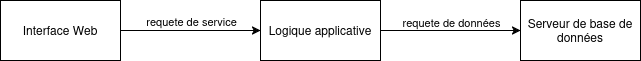
The draw.io diagram document_architecture/architecture.png in ESGI-IWAL/ProjetPretObjets, before a commit. Source tidied: cells renumbered, new cells last; positions are measured from the earlier drawing's top-left corner, leaving out a move shared by most shapes.
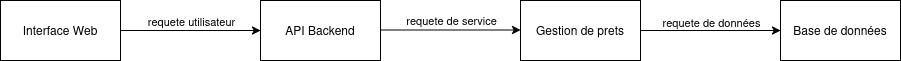
After the change.

Commit message:
feat : modification architecture

Diff of the diagram source:
```diff
@@ -2,30 +2,46 @@
   <root>
     <mxCell id="0" />
     <mxCell id="1" parent="0" />
-    <mxCell id="2" style="edgeStyle=orthogonalEdgeStyle;rounded=0;jettySize=auto;html=1;" parent="1" edge="1" source="4" target="7">
-      <mxGeometry relative="1" as="geometry" />
+    <mxCell id="2" style="edgeStyle=orthogonalEdgeStyle;rounded=0;orthogonalLoop=1;jettySize=auto;html=1;" parent="1" edge="1">
+      <mxGeometry relative="1" as="geometry">
+        <mxPoint x="380" y="29.5" as="sourcePoint" />
+        <mxPoint x="520" y="29.5" as="targetPoint" />
+      </mxGeometry>
     </mxCell>
     <mxCell id="3" value="requete de service" style="edgeLabel;html=1;align=center;verticalAlign=middle;" parent="2" vertex="1">
       <mxGeometry x="0.09" y="7" relative="1" as="geometry">
         <mxPoint x="-6" y="-3" as="offset" />
       </mxGeometry>
     </mxCell>
+    <mxCell id="9" style="edgeStyle=orthogonalEdgeStyle;rounded=0;jettySize=auto;html=1;entryX=0;entryY=0.5;entryDx=0;entryDy=0;" parent="1" edge="1" source="4" target="7">
+      <mxGeometry relative="1" as="geometry" />
+    </mxCell>
+    <mxCell id="10" value="requete utilisateur" style="edgeLabel;html=1;align=center;verticalAlign=middle;" parent="9" vertex="1">
+      <mxGeometry x="0.02" y="4" relative="1" as="geometry">
+        <mxPoint x="-1" y="-6" as="offset" />
+      </mxGeometry>
+    </mxCell>
     <mxCell id="4" value="Interface Web" style="rounded=0;whiteSpace=wrap;html=1;" parent="1" vertex="1">
       <mxGeometry width="120" height="60" as="geometry" />
     </mxCell>
-    <mxCell id="5" style="edgeStyle=orthogonalEdgeStyle;rounded=0;jettySize=auto;html=1;entryX=0;entryY=0.5;entryDx=0;entryDy=0;" parent="1" edge="1" source="7" target="8">
-      <mxGeometry relative="1" as="geometry" />
+    <mxCell id="5" style="edgeStyle=orthogonalEdgeStyle;rounded=0;jettySize=auto;html=1;entryX=0;entryY=0.5;entryDx=0;entryDy=0;" parent="1" edge="1" target="8">
+      <mxGeometry relative="1" as="geometry">
+        <mxPoint x="640" y="30" as="sourcePoint" />
+      </mxGeometry>
     </mxCell>
     <mxCell id="6" value="requete de données" style="edgeLabel;html=1;align=center;verticalAlign=middle;" parent="5" vertex="1">
       <mxGeometry x="-0.09" y="9" relative="1" as="geometry">
         <mxPoint x="6" as="offset" />
       </mxGeometry>
     </mxCell>
-    <mxCell id="7" value="Logique applicative" style="rounded=0;whiteSpace=wrap;html=1;" parent="1" vertex="1">
+    <mxCell id="7" value="API Backend" style="rounded=0;whiteSpace=wrap;html=1;" parent="1" vertex="1">
       <mxGeometry x="260" width="120" height="60" as="geometry" />
     </mxCell>
-    <mxCell id="8" value="Serveur de base de données" style="rounded=0;whiteSpace=wrap;html=1;" parent="1" vertex="1">
-      <mxGeometry x="520" width="120" height="60" as="geometry" />
+    <mxCell id="8" value="Base de données" style="rounded=0;whiteSpace=wrap;html=1;" parent="1" vertex="1">
+      <mxGeometry x="780" width="120" height="60" as="geometry" />
     </mxCell>
+    <mxCell id="11" value="Gestion de prets" style="rounded=0;whiteSpace=wrap;html=1;" parent="1" vertex="1">
+      <mxGeometry x="520" width="120" height="60" as="geometry" />
+    </mxCell>
   </root>
 </mxGraphModel>
```
